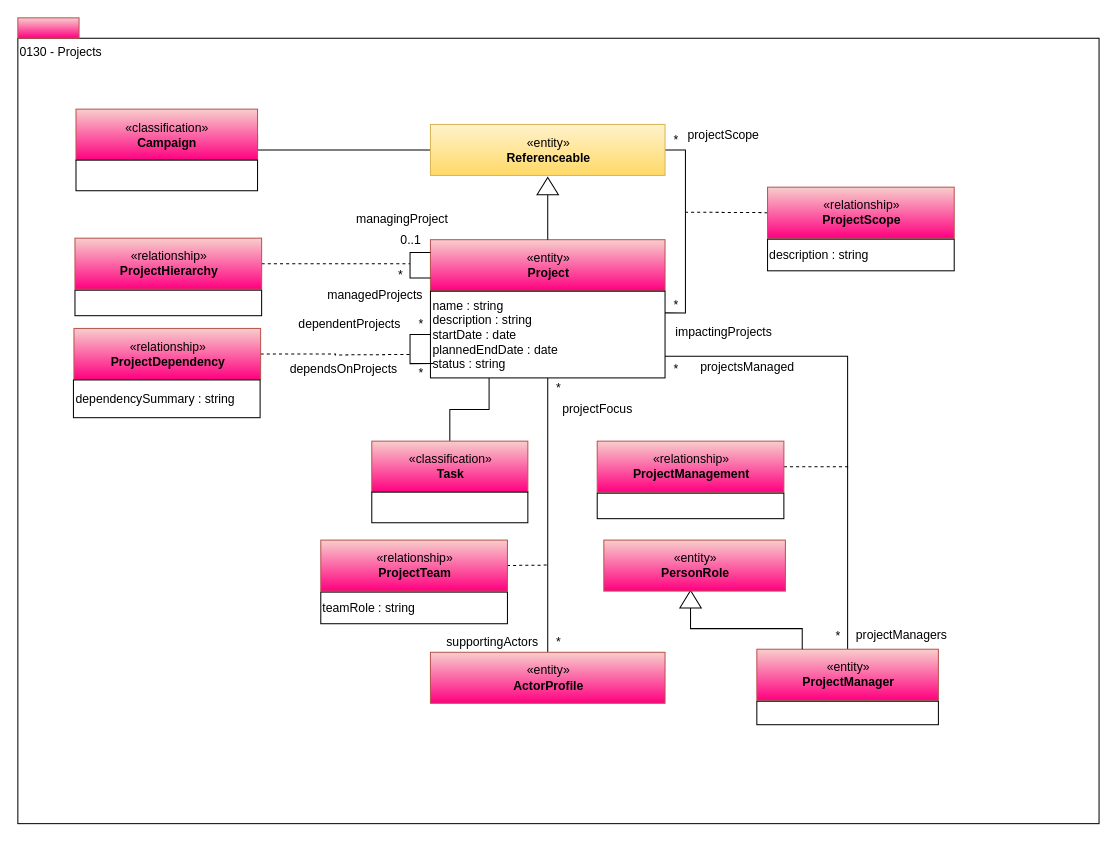
This is page "0130-Projects" (6 of 12) of site/docs/types/1/area-1-collaboration.drawio from odpi/egeria-docs, a draw.io file, before an edit. Source tidied: cells renumbered, new cells numbered last; positions are measured from the earlier drawing's top-left corner, leaving out a move shared by most shapes. Both pictures are drawn from the tidied source at 102%, with x=0, y=0 at pixel (17, 17).
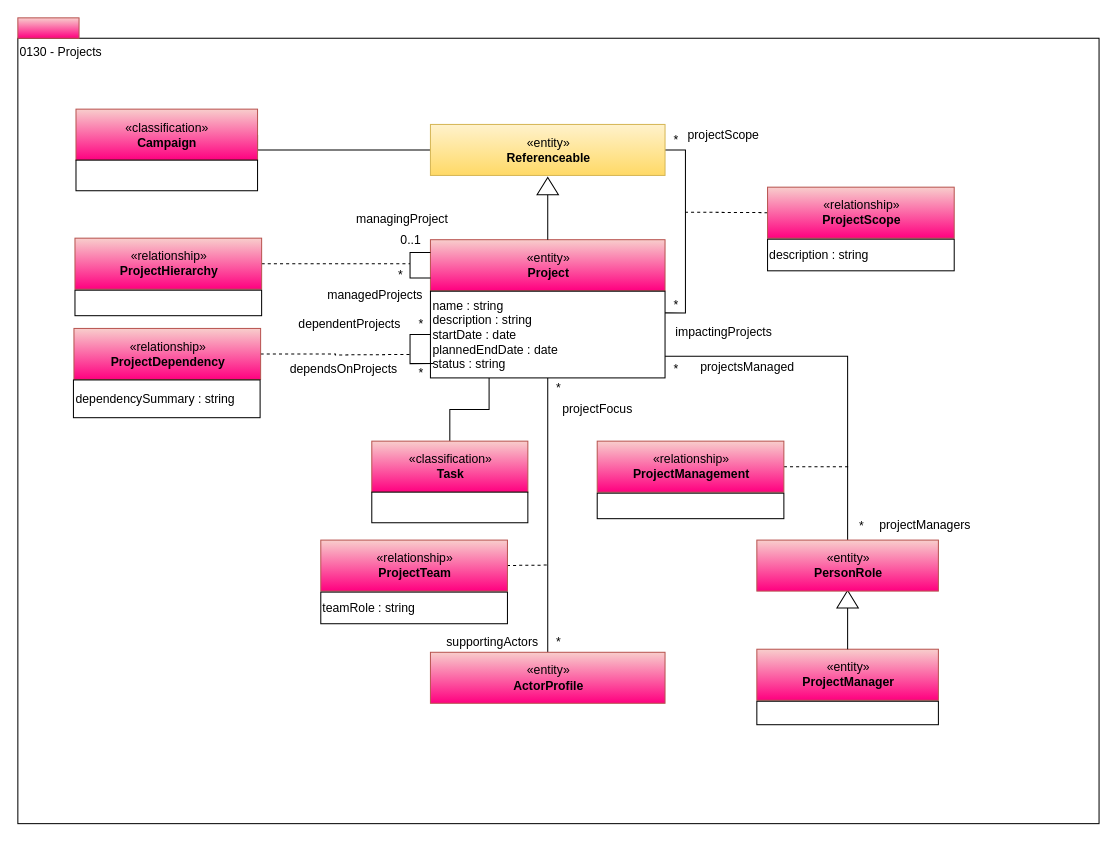
After the change.

The change refers to these unchanged cells:
```xml
<mxCell id="9" value="name : string&lt;br&gt;description : string&lt;br&gt;startDate : date&lt;br&gt;plannedEndDate : date&lt;br&gt;status : string&lt;br&gt;" style="rounded=0;whiteSpace=wrap;html=1;align=left;" parent="1" vertex="1">
  <mxGeometry x="404.5" y="268" width="230" height="85" as="geometry" />
</mxCell>
<mxCell id="56" value="«entity»&lt;br&gt;&lt;b&gt;ProjectManager&lt;/b&gt;" style="html=1;strokeColor=#b85450;align=center;fillColor=#f8cecc;gradientColor=#FF0080;" parent="1" vertex="1">
  <mxGeometry x="724.5" y="619" width="178" height="50" as="geometry" />
</mxCell>
```

Diff of the diagram source:
```diff
@@
-    <mxCell id="48" style="edgeStyle=orthogonalEdgeStyle;rounded=0;html=1;exitX=1;exitY=0.75;endArrow=none;endFill=0;jettySize=auto;" parent="1" edge="1" source="9" target="56">
+    <mxCell id="48" style="edgeStyle=orthogonalEdgeStyle;rounded=0;html=1;exitX=1;exitY=0.75;endArrow=none;endFill=0;jettySize=auto;entryX=0.5;entryY=0;entryDx=0;entryDy=0;" parent="1" edge="1" source="9" target="60">
       <mxGeometry relative="1" as="geometry">
         <Array as="points">
-          <mxPoint x="813.5" y="332" />
+          <mxPoint x="814" y="332" />
+          <mxPoint x="814" y="512" />
         </Array>
       </mxGeometry>
     </mxCell>
@@
     <mxCell id="51" value="projectManagers" style="text;html=1;align=left;verticalAlign=top;spacingTop=-4;" parent="1" vertex="1">
-      <mxGeometry x="819.5" y="595" width="100" height="20" as="geometry" />
+      <mxGeometry x="843" y="488" width="100" height="20" as="geometry" />
     </mxCell>
     <mxCell id="52" value="&lt;div style=&quot;text-align: center&quot;&gt;&lt;span&gt;*&lt;/span&gt;&lt;/div&gt;" style="text;html=1;align=center;verticalAlign=top;spacingTop=-4;" parent="1" vertex="1">
-      <mxGeometry x="793.5" y="596" width="20" height="20" as="geometry" />
+      <mxGeometry x="817" y="489" width="20" height="20" as="geometry" />
     </mxCell>
@@
-    <mxCell id="58" style="edgeStyle=orthogonalEdgeStyle;rounded=0;html=1;exitX=0;exitY=0.5;entryX=0.25;entryY=0;jettySize=auto;endArrow=none;endFill=0;" parent="1" edge="1" source="59" target="56">
+    <mxCell id="58" style="edgeStyle=orthogonalEdgeStyle;rounded=0;html=1;exitX=0;exitY=0.5;entryX=0.5;entryY=0;jettySize=auto;endArrow=none;endFill=0;entryDx=0;entryDy=0;" parent="1" edge="1" source="59" target="56">
       <mxGeometry relative="1" as="geometry" />
     </mxCell>
     <mxCell id="59" style="triangle;whiteSpace=wrap;html=1;strokeColor=#000000;gradientColor=#ffffff;align=center;rotation=-90;" parent="1" vertex="1">
-      <mxGeometry x="651" y="559.5" width="17" height="21" as="geometry" />
+      <mxGeometry x="805" y="559.5" width="17" height="21" as="geometry" />
     </mxCell>
     <mxCell id="60" value="«entity»&lt;br&gt;&lt;b&gt;PersonRole&lt;/b&gt;" style="html=1;strokeColor=#b85450;align=center;fillColor=#f8cecc;gradientColor=#FF0080;" parent="1" vertex="1">
-      <mxGeometry x="574.5" y="512" width="178" height="50" as="geometry" />
+      <mxGeometry x="724.5" y="512" width="178" height="50" as="geometry" />
     </mxCell>
```
